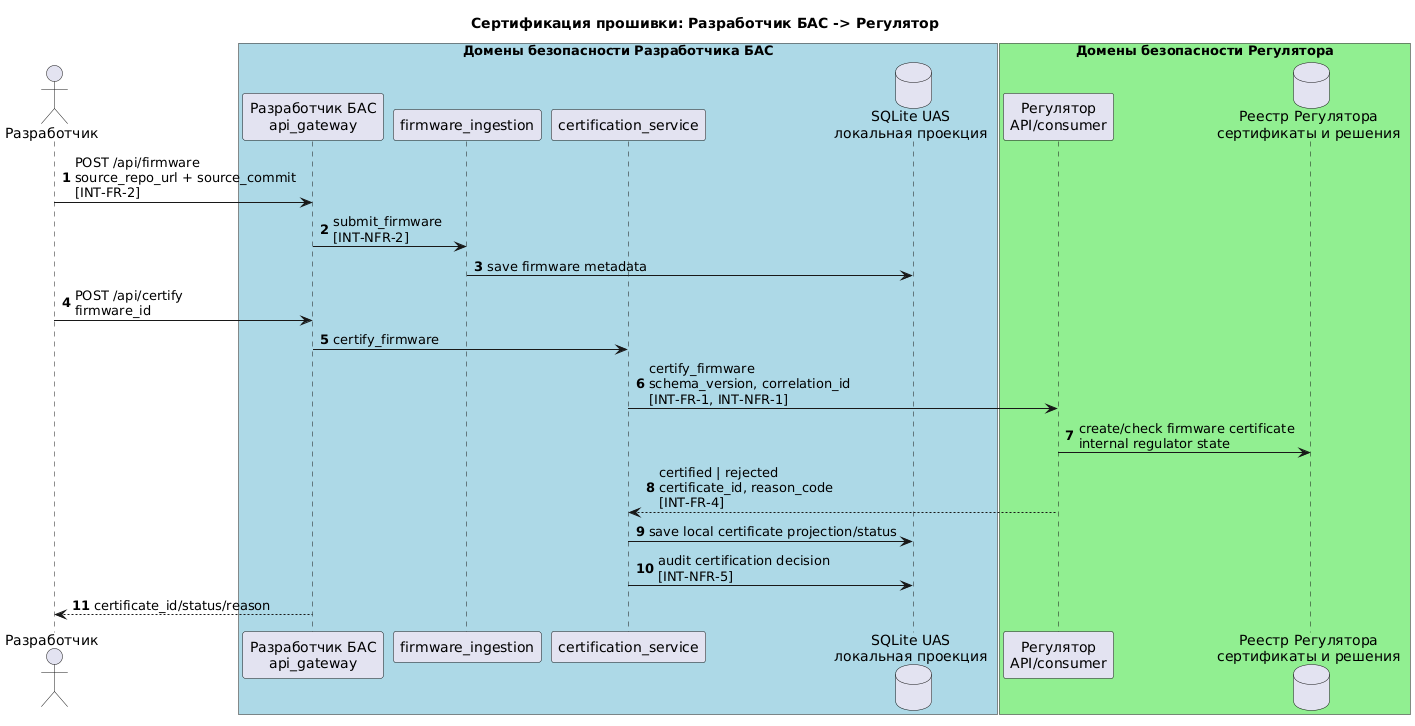
Above: systems/uas_dev_company/docs/diagrams/integration_firmware_certification.png in sergeysobolev-spbu/sbd-drones-economics (PlantUML), before the change. Its diagram source:
```plantuml
@startuml integration_firmware_certification
title Сертификация прошивки: Разработчик БАС -> Регулятор

autonumber
actor "Разработчик" as Dev
box "Домены безопасности Разработчика БАС" #LightBlue
    participant "Разработчик БАС\napi_gateway" as UAS
    participant "firmware_ingestion" as FW
    participant "certification_service" as CERT
    database "SQLite UAS\nлокальная проекция" as UASDB
end box

box "Домены безопасности Регулятора" #LightGreen
    participant "Регулятор\nAPI/consumer" as REG
    database "Реестр Регулятора\nсертификаты и решения" as REGDB
end box

Dev -> UAS : POST /api/firmware\nsource_repo_url + source_commit\n[INT-FR-2]
UAS -> FW : submit_firmware\n[INT-NFR-2]
FW -> UASDB : save firmware metadata
Dev -> UAS : POST /api/certify\nfirmware_id
UAS -> CERT : certify_firmware
CERT -> REG : certify_firmware\nschema_version, correlation_id\n[INT-FR-1, INT-NFR-1]
REG -> REGDB : create/check firmware certificate\ninternal regulator state
REG --> CERT : certified | rejected\ncertificate_id, reason_code\n[INT-FR-4]
CERT -> UASDB : save local certificate projection/status
CERT -> UASDB : audit certification decision\n[INT-NFR-5]
UAS --> Dev : certificate_id/status/reason
@enduml
```
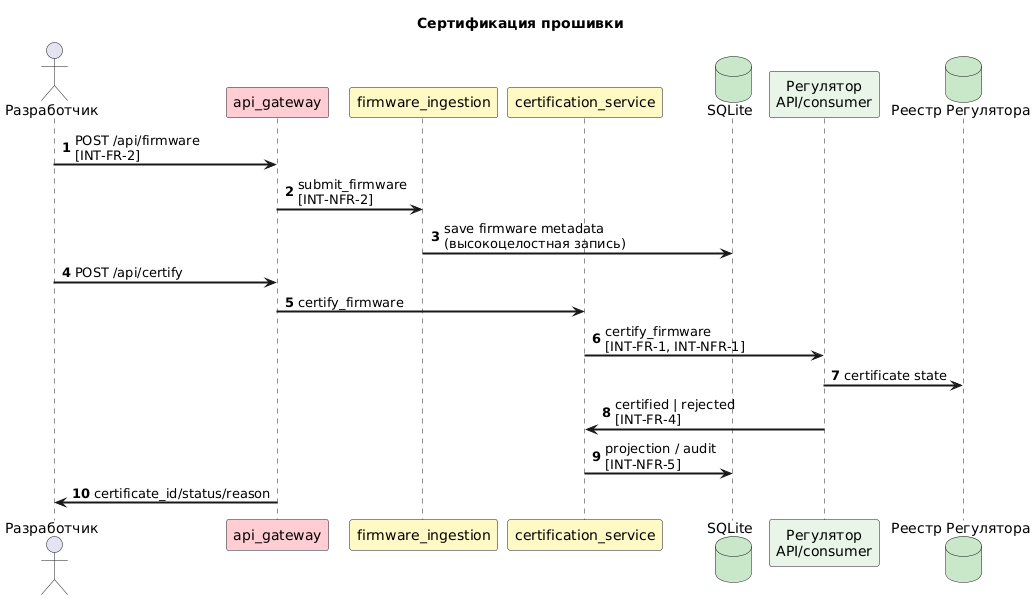
After the change.

Diff of the diagram source:
```diff
@@ -1,29 +1,25 @@
 @startuml integration_firmware_certification
-title Сертификация прошивки: Разработчик БАС -> Регулятор
+title Сертификация прошивки
+
+skinparam ArrowThickness 2
 
 autonumber
 actor "Разработчик" as Dev
-box "Домены безопасности Разработчика БАС" #LightBlue
-    participant "Разработчик БАС\napi_gateway" as UAS
-    participant "firmware_ingestion" as FW
-    participant "certification_service" as CERT
-    database "SQLite UAS\nлокальная проекция" as UASDB
-end box
+participant "api_gateway" as GW #FFCDD2
+participant "firmware_ingestion" as FW #FFF9C4
+participant "certification_service" as CERT #FFF9C4
+database "SQLite" as UASDB #C8E6C9
+participant "Регулятор\nAPI/consumer" as REG #E8F5E9
+database "Реестр Регулятора" as REGDB #C8E6C9
 
-box "Домены безопасности Регулятора" #LightGreen
-    participant "Регулятор\nAPI/consumer" as REG
-    database "Реестр Регулятора\nсертификаты и решения" as REGDB
-end box
-
-Dev -> UAS : POST /api/firmware\nsource_repo_url + source_commit\n[INT-FR-2]
-UAS -> FW : submit_firmware\n[INT-NFR-2]
-FW -> UASDB : save firmware metadata
-Dev -> UAS : POST /api/certify\nfirmware_id
-UAS -> CERT : certify_firmware
-CERT -> REG : certify_firmware\nschema_version, correlation_id\n[INT-FR-1, INT-NFR-1]
-REG -> REGDB : create/check firmware certificate\ninternal regulator state
-REG --> CERT : certified | rejected\ncertificate_id, reason_code\n[INT-FR-4]
-CERT -> UASDB : save local certificate projection/status
-CERT -> UASDB : audit certification decision\n[INT-NFR-5]
-UAS --> Dev : certificate_id/status/reason
+Dev -> GW : POST /api/firmware\n[INT-FR-2]
+GW -> FW : submit_firmware\n[INT-NFR-2]
+FW -> UASDB : save firmware metadata\n(высокоцелостная запись)
+Dev -> GW : POST /api/certify
+GW -> CERT : certify_firmware
+CERT -> REG : certify_firmware\n[INT-FR-1, INT-NFR-1]
+REG -> REGDB : certificate state
+REG -> CERT : certified | rejected\n[INT-FR-4]
+CERT -> UASDB : projection / audit\n[INT-NFR-5]
+GW -> Dev : certificate_id/status/reason
 @enduml
```
